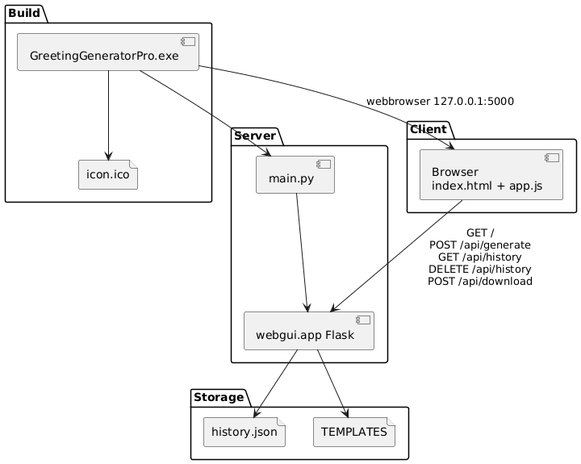
Before: Техническая.png, a diagram exported from PlantUML (timoo1t/pet-project-3). Its source is kept beside it as Техническая.puml.
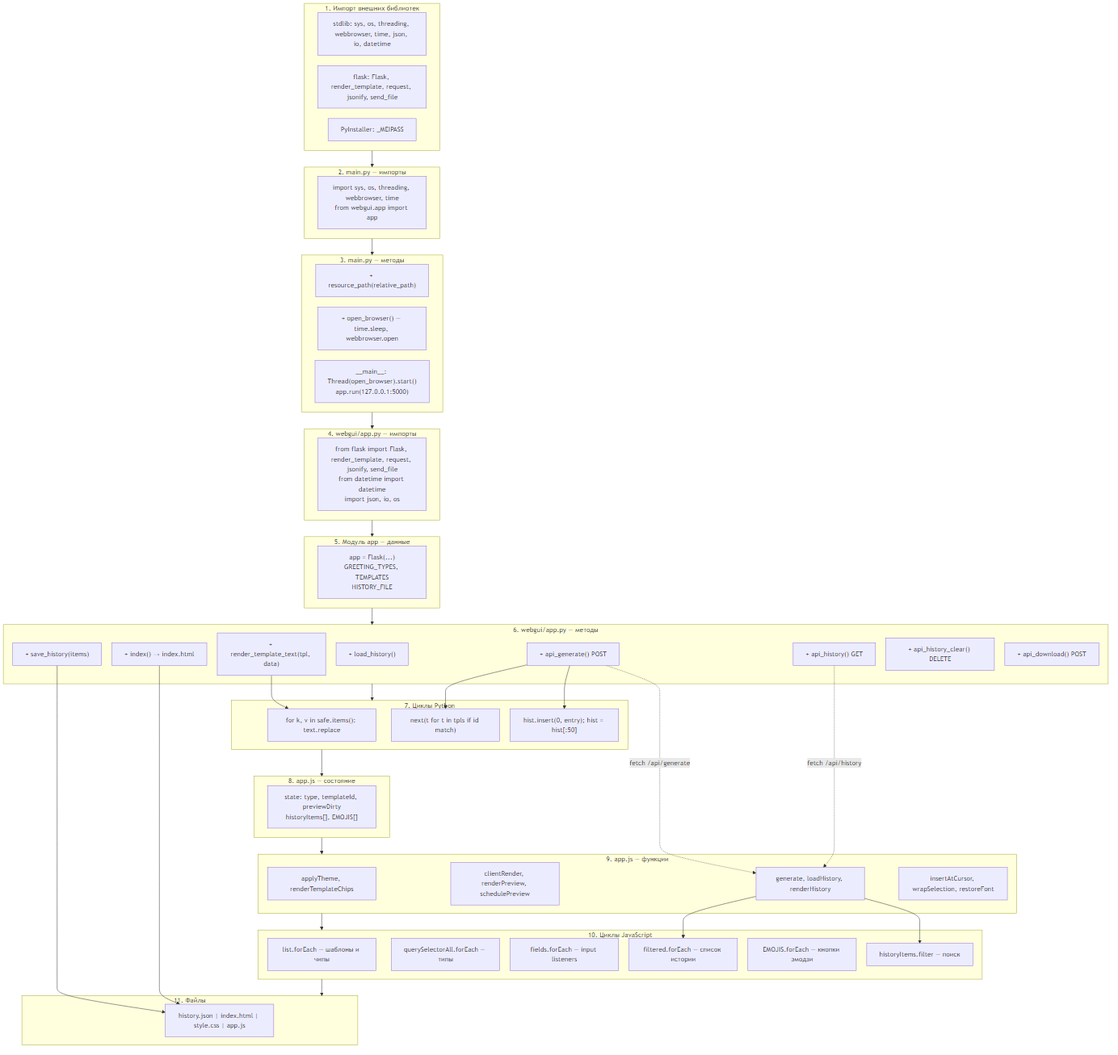
After the commit.

Commit message:
Update technical UML: imports, methods, loops top-to-bottom

What changed in the source:
```diff
@@ -1,31 +1,120 @@
 @startuml
+top to bottom direction
 skinparam shadowing false
+skinparam packageStyle rectangle
 
-package Client {
-  [Browser\nindex.html + app.js] as Browser
+title Tekhnicheskaya diagramma (sverhu vniz)
+
+package "1. Vneshnie biblioteki" as P1 {
+  [sys, os, threading, webbrowser, time]
+  [json, io, datetime]
+  [Flask, render_template, request, jsonify, send_file]
+  [PyInstaller _MEIPASS]
 }
 
-package Server {
-  [main.py] as Main
-  [webgui.app Flask] as App
+package "2. main.py - importy" as P2 {
+  [import sys, os, threading, webbrowser, time]
+  [from webgui.app import app]
 }
 
-package Storage {
-  file "history.json" as History
-  file "TEMPLATES" as Templates
+package "3. main.py - metody" as P3 {
+  class main_py {
+    +resource_path()
+    +open_browser()
+    __main__: Thread + app.run()
+  }
 }
 
-package Build {
-  [GreetingGeneratorPro.exe] as Exe
-  file "icon.ico" as Icon
+package "4. webgui/app.py - importy" as P4 {
+  [from flask import Flask, render_template, request, jsonify, send_file]
+  [from datetime import datetime]
+  [import json, io, os]
 }
 
-Browser --> App : GET /\nPOST /api/generate\nGET /api/history\nDELETE /api/history\nPOST /api/download
-Main --> App
-App --> History
-App --> Templates
-Exe --> Main
-Exe --> Browser : webbrowser 127.0.0.1:5000
-Exe --> Icon
+package "5. webgui/app.py - modul" as P5 {
+  class app_data {
+    app : Flask
+    GREETING_TYPES
+    TEMPLATES
+    HISTORY_FILE
+  }
+}
+
+package "6. webgui/app.py - metody" as P6 {
+  class backend {
+    +load_history()
+    +save_history(items)
+    +render_template_text()
+    +index()
+    +api_generate()
+    +api_history()
+    +api_history_clear()
+    +api_download()
+  }
+}
+
+package "7. Cikly Python" as P7 {
+  class loops_py {
+    for k,v in safe.items()
+    next(t for t in tpls)
+    hist.insert + hist[:50]
+  }
+}
+
+package "8. app.js - sostoyanie" as P8 {
+  class js_state {
+    state {type, templateId, previewDirty}
+    historyItems[]
+    EMOJIS[]
+  }
+}
+
+package "9. app.js - funkcii" as P9 {
+  class js_funcs {
+    applyTheme()
+    renderTemplateChips()
+    clientRender()
+    renderPreview()
+    generate()
+    renderHistory()
+    loadHistory()
+    insertAtCursor()
+    wrapSelection()
+    restoreFont()
+  }
+}
+
+package "10. Cikly JavaScript" as P10 {
+  class loops_js {
+    list.forEach()
+    querySelectorAll.forEach()
+    fields.forEach()
+    filtered.forEach()
+    EMOJIS.forEach()
+    historyItems.filter()
+  }
+}
+
+package "11. Faily" as P11 {
+  file history.json
+  file index.html
+  file style.css
+}
+
+P1 -down-> P2
+P2 -down-> P3
+P3 -down-> P4
+P4 -down-> P5
+P5 -down-> P6
+P6 -down-> P7
+P7 -down-> P8
+P8 -down-> P9
+P9 -down-> P10
+P10 -down-> P11
+
+backend ..> loops_py
+js_funcs ..> loops_js
+js_funcs ..> backend : fetch API
+backend ..> history.json
 
 @enduml
```
